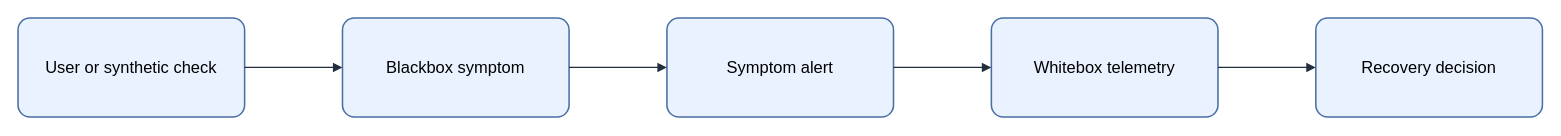
The draw.io diagram assets/img/observability/blackbox-whitebox-flow.drawio in KKamJi98/kkamji98.github.io, before the edit. Source tidied: cells renumbered, new cells numbered last; positions are measured from the earlier drawing's top-left corner, leaving out a move shared by most shapes. Both pictures are drawn from the tidied source at 103%, with x=0, y=0 at pixel (18, 18).
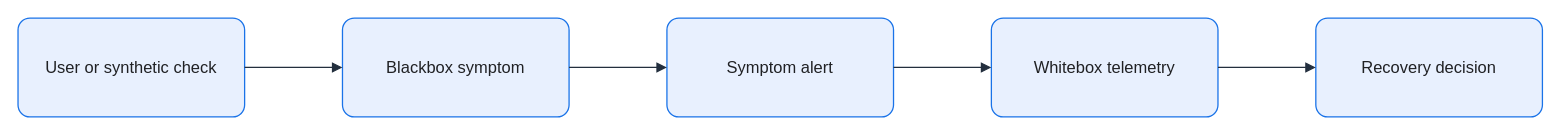
The same diagram, later.

Diff of the diagram source:
```diff
@@
 <mxGraphModel background="#FFFFFF">
   <root>
     <mxCell id="0" />
     <mxCell id="1" parent="0" />
-    <mxCell id="2" value="User or synthetic check" style="rounded=1;arcSize=12;whiteSpace=wrap;html=0;fillColor=#EAF2FF;strokeColor=#4A6FA5;strokeWidth=1.5;fontColor=#000000;fontSize=16;align=center;verticalAlign=middle;spacing=8;shadow=0;" parent="1" vertex="1">
+    <mxCell id="2" value="User or synthetic check" style="rounded=1;arcSize=12;whiteSpace=wrap;html=0;fillColor=#E8F0FE;strokeColor=#1A73E8;strokeWidth=1.25;fontColor=#202124;fontSize=16;align=center;verticalAlign=middle;spacing=8;shadow=0;" parent="1" vertex="1">
       <mxGeometry width="220" height="96" as="geometry" />
     </mxCell>
-    <mxCell id="3" value="Blackbox symptom" style="rounded=1;arcSize=12;whiteSpace=wrap;html=0;fillColor=#EAF2FF;strokeColor=#4A6FA5;strokeWidth=1.5;fontColor=#000000;fontSize=16;align=center;verticalAlign=middle;spacing=8;shadow=0;" parent="1" vertex="1">
+    <mxCell id="3" value="Blackbox symptom" style="rounded=1;arcSize=12;whiteSpace=wrap;html=0;fillColor=#E8F0FE;strokeColor=#1A73E8;strokeWidth=1.25;fontColor=#202124;fontSize=16;align=center;verticalAlign=middle;spacing=8;shadow=0;" parent="1" vertex="1">
       <mxGeometry x="315" width="220" height="96" as="geometry" />
     </mxCell>
-    <mxCell id="4" value="Symptom alert" style="rounded=1;arcSize=12;whiteSpace=wrap;html=0;fillColor=#EAF2FF;strokeColor=#4A6FA5;strokeWidth=1.5;fontColor=#000000;fontSize=16;align=center;verticalAlign=middle;spacing=8;shadow=0;" parent="1" vertex="1">
+    <mxCell id="4" value="Symptom alert" style="rounded=1;arcSize=12;whiteSpace=wrap;html=0;fillColor=#E8F0FE;strokeColor=#1A73E8;strokeWidth=1.25;fontColor=#202124;fontSize=16;align=center;verticalAlign=middle;spacing=8;shadow=0;" parent="1" vertex="1">
       <mxGeometry x="630" width="220" height="96" as="geometry" />
     </mxCell>
-    <mxCell id="5" value="Whitebox telemetry" style="rounded=1;arcSize=12;whiteSpace=wrap;html=0;fillColor=#EAF2FF;strokeColor=#4A6FA5;strokeWidth=1.5;fontColor=#000000;fontSize=16;align=center;verticalAlign=middle;spacing=8;shadow=0;" parent="1" vertex="1">
+    <mxCell id="5" value="Whitebox telemetry" style="rounded=1;arcSize=12;whiteSpace=wrap;html=0;fillColor=#E8F0FE;strokeColor=#1A73E8;strokeWidth=1.25;fontColor=#202124;fontSize=16;align=center;verticalAlign=middle;spacing=8;shadow=0;" parent="1" vertex="1">
       <mxGeometry x="945" width="220" height="96" as="geometry" />
     </mxCell>
-    <mxCell id="6" value="Recovery decision" style="rounded=1;arcSize=12;whiteSpace=wrap;html=0;fillColor=#EAF2FF;strokeColor=#4A6FA5;strokeWidth=1.5;fontColor=#000000;fontSize=16;align=center;verticalAlign=middle;spacing=8;shadow=0;" parent="1" vertex="1">
+    <mxCell id="6" value="Recovery decision" style="rounded=1;arcSize=12;whiteSpace=wrap;html=0;fillColor=#E8F0FE;strokeColor=#1A73E8;strokeWidth=1.25;fontColor=#202124;fontSize=16;align=center;verticalAlign=middle;spacing=8;shadow=0;" parent="1" vertex="1">
       <mxGeometry x="1260" width="220" height="96" as="geometry" />
     </mxCell>
-    <mxCell id="7" style="edgeStyle=orthogonalEdgeStyle;rounded=0;jettySize=auto;html=0;endArrow=block;endFill=1;strokeColor=#232F3E;strokeWidth=1.25;fontColor=#000000;labelBackgroundColor=none;exitX=1;exitY=0.5;exitDx=0;exitDy=0;entryX=0;entryY=0.5;entryDx=0;entryDy=0;" parent="1" edge="1" source="2" target="3">
+    <mxCell id="7" style="edgeStyle=orthogonalEdgeStyle;rounded=0;jettySize=auto;html=0;endArrow=block;endFill=1;strokeColor=#232F3E;strokeWidth=1.25;fontColor=#202124;labelBackgroundColor=none;exitX=1;exitY=0.5;exitDx=0;exitDy=0;entryX=0;entryY=0.5;entryDx=0;entryDy=0;endSize=7;" parent="1" edge="1" source="2" target="3">
       <mxGeometry relative="1" as="geometry" />
     </mxCell>
-    <mxCell id="8" style="edgeStyle=orthogonalEdgeStyle;rounded=0;jettySize=auto;html=0;endArrow=block;endFill=1;strokeColor=#232F3E;strokeWidth=1.25;fontColor=#000000;labelBackgroundColor=none;exitX=1;exitY=0.5;exitDx=0;exitDy=0;entryX=0;entryY=0.5;entryDx=0;entryDy=0;" parent="1" edge="1" source="3" target="4">
+    <mxCell id="8" style="edgeStyle=orthogonalEdgeStyle;rounded=0;jettySize=auto;html=0;endArrow=block;endFill=1;strokeColor=#232F3E;strokeWidth=1.25;fontColor=#202124;labelBackgroundColor=none;exitX=1;exitY=0.5;exitDx=0;exitDy=0;entryX=0;entryY=0.5;entryDx=0;entryDy=0;endSize=7;" parent="1" edge="1" source="3" target="4">
       <mxGeometry relative="1" as="geometry" />
     </mxCell>
-    <mxCell id="9" style="edgeStyle=orthogonalEdgeStyle;rounded=0;jettySize=auto;html=0;endArrow=block;endFill=1;strokeColor=#232F3E;strokeWidth=1.25;fontColor=#000000;labelBackgroundColor=none;exitX=1;exitY=0.5;exitDx=0;exitDy=0;entryX=0;entryY=0.5;entryDx=0;entryDy=0;" parent="1" edge="1" source="4" target="5">
+    <mxCell id="9" style="edgeStyle=orthogonalEdgeStyle;rounded=0;jettySize=auto;html=0;endArrow=block;endFill=1;strokeColor=#232F3E;strokeWidth=1.25;fontColor=#202124;labelBackgroundColor=none;exitX=1;exitY=0.5;exitDx=0;exitDy=0;entryX=0;entryY=0.5;entryDx=0;entryDy=0;endSize=7;" parent="1" edge="1" source="4" target="5">
       <mxGeometry relative="1" as="geometry" />
     </mxCell>
-    <mxCell id="10" style="edgeStyle=orthogonalEdgeStyle;rounded=0;jettySize=auto;html=0;endArrow=block;endFill=1;strokeColor=#232F3E;strokeWidth=1.25;fontColor=#000000;labelBackgroundColor=none;exitX=1;exitY=0.5;exitDx=0;exitDy=0;entryX=0;entryY=0.5;entryDx=0;entryDy=0;" parent="1" edge="1" source="5" target="6">
+    <mxCell id="10" style="edgeStyle=orthogonalEdgeStyle;rounded=0;jettySize=auto;html=0;endArrow=block;endFill=1;strokeColor=#232F3E;strokeWidth=1.25;fontColor=#202124;labelBackgroundColor=none;exitX=1;exitY=0.5;exitDx=0;exitDy=0;entryX=0;entryY=0.5;entryDx=0;entryDy=0;endSize=7;" parent="1" edge="1" source="5" target="6">
       <mxGeometry relative="1" as="geometry" />
     </mxCell>
   </root>
 </mxGraphModel>
```
